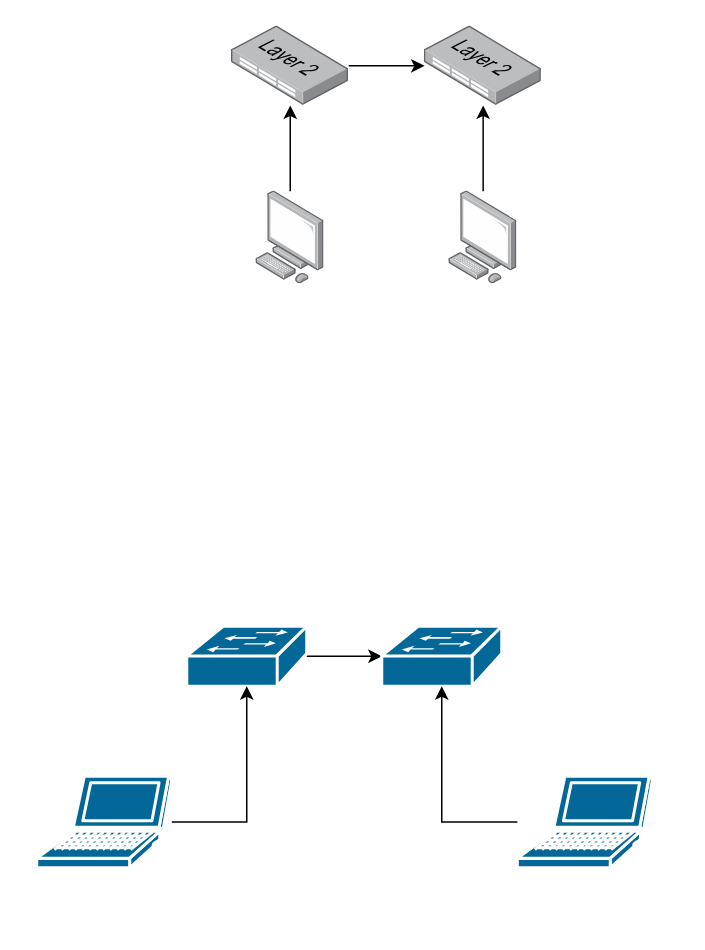
Above: Ubung1 Topologie1.drawio in PLAD26/OSI-Modell (draw.io), before the change. Source tidied: cells renumbered, new cells numbered last; positions are measured from the earlier drawing's top-left corner, leaving out a move shared by most shapes. Both pictures are drawn from the tidied source at 150%, with x=0, y=0 at pixel (36, 26).
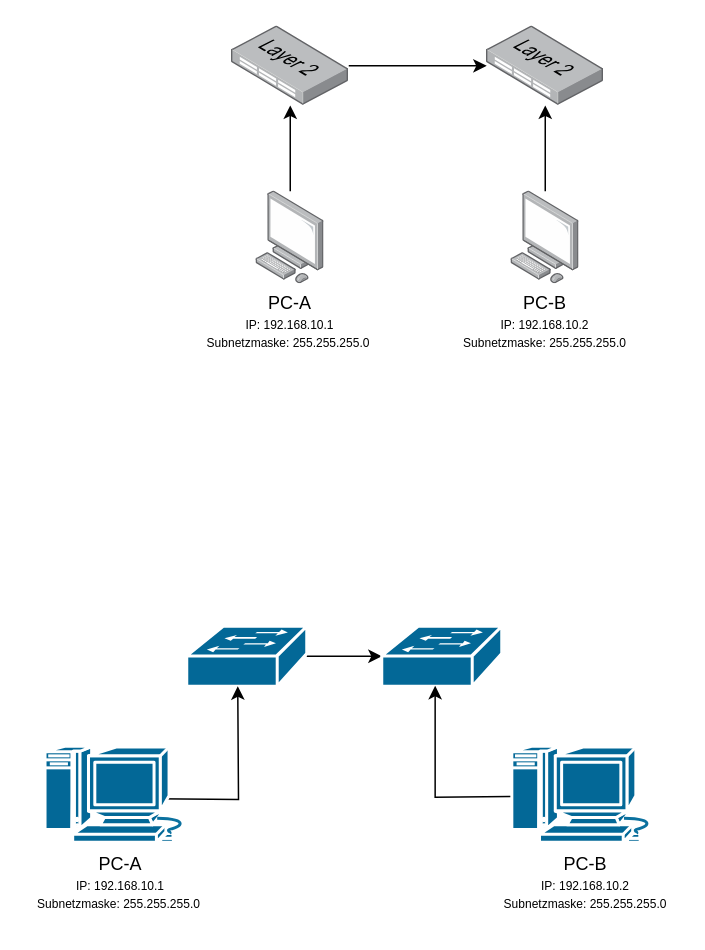
The same diagram, later.

Unchanged cells that the change refers to:
```xml
<mxCell id="6" style="strokeColor=#ffffff;sketch=0;html=1;dashed=0;fillColor=#036897;strokeWidth=2;verticalLabelPosition=bottom;verticalAlign=top;align=center;outlineConnect=0;shape=mxgraph.cisco.switches.workgroup_switch;" parent="1" vertex="1">
  <mxGeometry x="100" y="400" width="80" height="40" as="geometry" />
</mxCell>
<mxCell id="9" style="strokeColor=#ffffff;sketch=0;html=1;dashed=0;fillColor=#036897;strokeWidth=2;verticalLabelPosition=bottom;verticalAlign=top;align=center;outlineConnect=0;shape=mxgraph.cisco.switches.workgroup_switch;" parent="1" vertex="1">
  <mxGeometry x="230" y="400" width="80" height="40" as="geometry" />
</mxCell>
```

Diff of the diagram source:
```diff
@@
     <mxCell id="4" style="image;points=[];html=1;align=center;shadow=0;dashed=0;image=img/lib/allied_telesis/switch/Switch_48_port_L2.svg;" parent="1" vertex="1">
-      <mxGeometry x="258.6" width="78" height="52.8" as="geometry" />
+      <mxGeometry x="300" width="78" height="52.8" as="geometry" />
     </mxCell>
@@
-    <mxCell id="7" style="edgeStyle=orthogonalEdgeStyle;rounded=0;jettySize=auto;html=1;" parent="1" edge="1" source="8" target="6">
-      <mxGeometry relative="1" as="geometry" />
-    </mxCell>
-    <mxCell id="8" style="sketch=0;html=1;dashed=0;fillColor=#036897;strokeColor=#ffffff;strokeWidth=2;verticalLabelPosition=bottom;verticalAlign=top;align=center;outlineConnect=0;shape=mxgraph.cisco.computers_and_peripherals.laptop;" parent="1" vertex="1">
-      <mxGeometry y="500" width="90" height="61" as="geometry" />
-    </mxCell>
@@
-    <mxCell id="10" style="edgeStyle=orthogonalEdgeStyle;rounded=0;jettySize=auto;html=1;" parent="1" edge="1" source="11" target="9">
-      <mxGeometry relative="1" as="geometry" />
-    </mxCell>
-    <mxCell id="11" style="sketch=0;html=1;dashed=0;fillColor=#036897;strokeColor=#ffffff;strokeWidth=2;verticalLabelPosition=bottom;verticalAlign=top;align=center;outlineConnect=0;shape=mxgraph.cisco.computers_and_peripherals.laptop;" parent="1" vertex="1">
-      <mxGeometry x="320.4" y="500" width="90" height="61" as="geometry" />
-    </mxCell>
@@
     <mxCell id="15" style="image;points=[];html=1;align=center;shadow=0;dashed=0;image=img/lib/allied_telesis/computer_and_terminals/Personal_Computer.svg;" parent="1" vertex="1">
-      <mxGeometry x="274.8" y="110" width="45.6" height="61.8" as="geometry" />
+      <mxGeometry x="316.2" y="110" width="45.6" height="61.8" as="geometry" />
     </mxCell>
+    <mxCell id="16" value="&lt;font style=&quot;font-size: 8px;&quot;&gt;IP: 192.168.10.2&lt;/font&gt;" style="text;html=1;whiteSpace=wrap;strokeColor=none;fillColor=none;align=center;verticalAlign=middle;rounded=0;" parent="1" vertex="1">
+      <mxGeometry x="304" y="183" width="70" height="30" as="geometry" />
+    </mxCell>
+    <mxCell id="17" value="PC-B" style="text;html=1;whiteSpace=wrap;strokeColor=none;fillColor=none;align=center;verticalAlign=middle;rounded=0;" parent="1" vertex="1">
+      <mxGeometry x="309" y="170" width="60" height="30" as="geometry" />
+    </mxCell>
+    <mxCell id="18" value="PC-A" style="text;html=1;whiteSpace=wrap;strokeColor=none;fillColor=none;align=center;verticalAlign=middle;rounded=0;" parent="1" vertex="1">
+      <mxGeometry x="139" y="170" width="60" height="30" as="geometry" />
+    </mxCell>
+    <mxCell id="19" value="&lt;font style=&quot;font-size: 8px;&quot;&gt;IP: 192.168.10.1&lt;/font&gt;" style="text;html=1;whiteSpace=wrap;strokeColor=none;fillColor=none;align=center;verticalAlign=middle;rounded=0;" parent="1" vertex="1">
+      <mxGeometry x="134" y="183" width="70" height="30" as="geometry" />
+    </mxCell>
+    <mxCell id="20" style="edgeStyle=orthogonalEdgeStyle;rounded=0;orthogonalLoop=1;jettySize=auto;html=1;" parent="1" edge="1">
+      <mxGeometry relative="1" as="geometry">
+        <mxPoint x="78.5" y="515" as="sourcePoint" />
+        <mxPoint x="134" y="440" as="targetPoint" />
+      </mxGeometry>
+    </mxCell>
+    <mxCell id="21" value="&lt;font style=&quot;font-size: 8px;&quot;&gt;Subnetzmaske: 255.255.255.0&lt;/font&gt;" style="text;html=1;whiteSpace=wrap;strokeColor=none;fillColor=none;align=center;verticalAlign=middle;rounded=0;" parent="1" vertex="1">
+      <mxGeometry x="106" y="195" width="124" height="30" as="geometry" />
+    </mxCell>
+    <mxCell id="22" value="&lt;font style=&quot;font-size: 8px;&quot;&gt;Subnetzmaske: 255.255.255.0&lt;/font&gt;" style="text;html=1;whiteSpace=wrap;strokeColor=none;fillColor=none;align=center;verticalAlign=middle;rounded=0;" parent="1" vertex="1">
+      <mxGeometry x="277" y="195" width="124" height="30" as="geometry" />
+    </mxCell>
+    <mxCell id="23" style="edgeStyle=orthogonalEdgeStyle;rounded=0;jettySize=auto;html=1;entryX=0.445;entryY=0.992;entryDx=0;entryDy=0;entryPerimeter=0;" parent="1" edge="1" target="9">
+      <mxGeometry relative="1" as="geometry">
+        <mxPoint x="316.2" y="513.5" as="sourcePoint" />
+      </mxGeometry>
+    </mxCell>
+    <mxCell id="24" style="sketch=0;html=1;dashed=0;fillColor=#036897;strokeColor=#ffffff;strokeWidth=2;verticalLabelPosition=bottom;verticalAlign=top;align=center;shape=mxgraph.cisco.computers_and_peripherals.macintosh;" parent="1" vertex="1">
+      <mxGeometry x="316.2" y="480" width="99" height="64" as="geometry" />
+    </mxCell>
+    <mxCell id="25" style="sketch=0;html=1;dashed=0;fillColor=#036897;strokeColor=#ffffff;strokeWidth=2;verticalLabelPosition=bottom;verticalAlign=top;align=center;shape=mxgraph.cisco.computers_and_peripherals.macintosh;" parent="1" vertex="1">
+      <mxGeometry x="5" y="480" width="99" height="64" as="geometry" />
+    </mxCell>
+    <mxCell id="26" value="PC-A" style="text;html=1;whiteSpace=wrap;strokeColor=none;fillColor=none;align=center;verticalAlign=middle;rounded=0;" parent="1" vertex="1">
+      <mxGeometry x="25.5" y="544" width="60" height="30" as="geometry" />
+    </mxCell>
+    <mxCell id="27" value="&lt;font style=&quot;font-size: 8px;&quot;&gt;IP: 192.168.10.1&lt;/font&gt;" style="text;html=1;whiteSpace=wrap;strokeColor=none;fillColor=none;align=center;verticalAlign=middle;rounded=0;" parent="1" vertex="1">
+      <mxGeometry x="20.5" y="557" width="70" height="30" as="geometry" />
+    </mxCell>
+    <mxCell id="28" value="&lt;font style=&quot;font-size: 8px;&quot;&gt;Subnetzmaske: 255.255.255.0&lt;/font&gt;" style="text;html=1;whiteSpace=wrap;strokeColor=none;fillColor=none;align=center;verticalAlign=middle;rounded=0;" parent="1" vertex="1">
+      <mxGeometry x="-7.5" y="569" width="124" height="30" as="geometry" />
+    </mxCell>
+    <mxCell id="29" value="&lt;font style=&quot;font-size: 8px;&quot;&gt;IP: 192.168.10.2&lt;/font&gt;" style="text;html=1;whiteSpace=wrap;strokeColor=none;fillColor=none;align=center;verticalAlign=middle;rounded=0;" parent="1" vertex="1">
+      <mxGeometry x="331" y="557" width="70" height="30" as="geometry" />
+    </mxCell>
+    <mxCell id="30" value="PC-B" style="text;html=1;whiteSpace=wrap;strokeColor=none;fillColor=none;align=center;verticalAlign=middle;rounded=0;" parent="1" vertex="1">
+      <mxGeometry x="336" y="544" width="60" height="30" as="geometry" />
+    </mxCell>
+    <mxCell id="31" value="&lt;font style=&quot;font-size: 8px;&quot;&gt;Subnetzmaske: 255.255.255.0&lt;/font&gt;" style="text;html=1;whiteSpace=wrap;strokeColor=none;fillColor=none;align=center;verticalAlign=middle;rounded=0;" parent="1" vertex="1">
+      <mxGeometry x="304" y="569" width="124" height="30" as="geometry" />
+    </mxCell>
```
